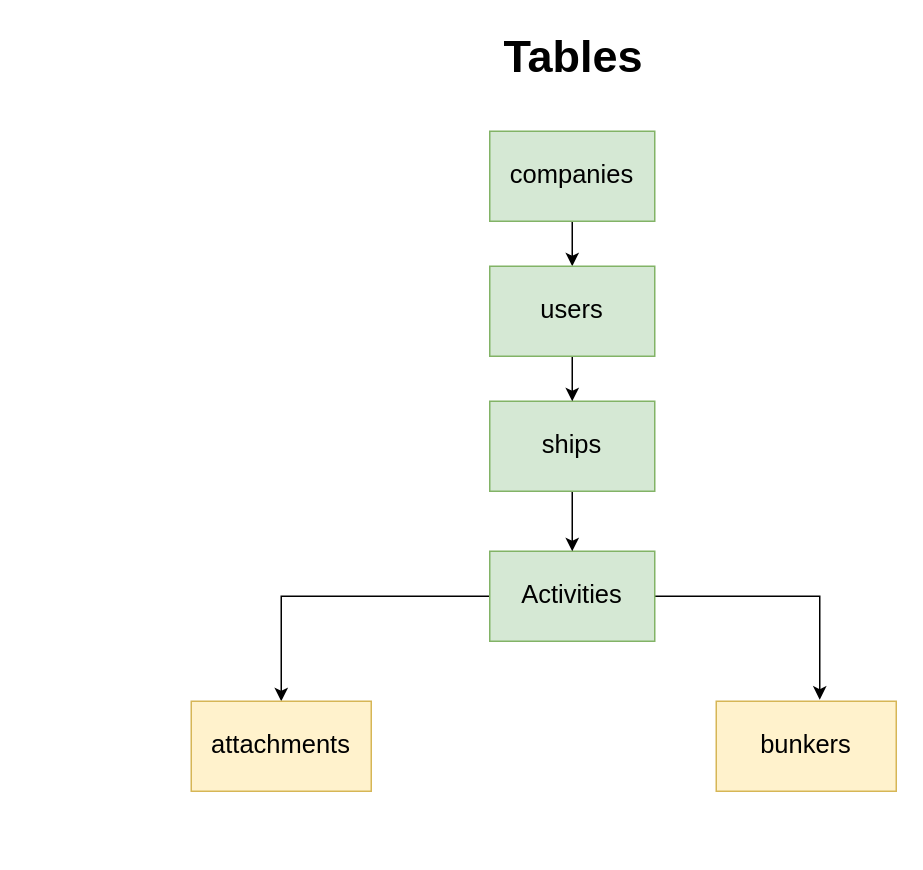
Above: page "Main Structure" (2 of 5) of mrvtool.drawio in dagistan-tuncbilek/tasarimlar (draw.io), before the change. Source tidied: cells renumbered, new cells numbered last; positions are measured from the earlier drawing's top-left corner, leaving out a move shared by most shapes. Both pictures are drawn from the tidied source at 150%, with x=0, y=0 at pixel (190, 26).
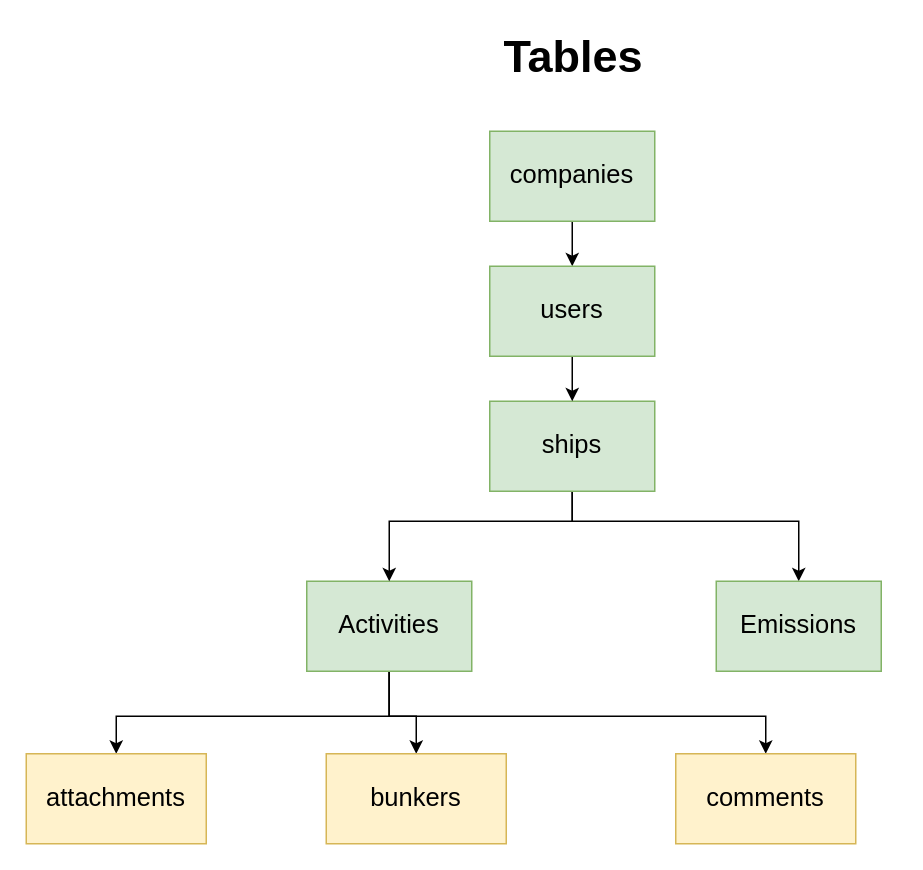
The same page after the edit.

The change refers to these unchanged cells:
```xml
<mxCell id="9" value="ships" style="rounded=0;whiteSpace=wrap;html=1;fontSize=17;fillColor=#d5e8d4;strokeColor=#82b366;" parent="1" vertex="1">
  <mxGeometry x="199" y="250" width="110" height="60" as="geometry" />
</mxCell>
```

Change to the diagram source:
```diff
@@
+    <mxCell id="3" style="edgeStyle=orthogonalEdgeStyle;rounded=0;jettySize=auto;html=1;entryX=0.5;entryY=0;entryDx=0;entryDy=0;" parent="1" edge="1" source="4" target="6">
+      <mxGeometry relative="1" as="geometry">
+        <Array as="points">
+          <mxPoint x="132" y="460" />
+          <mxPoint x="150" y="460" />
+        </Array>
+      </mxGeometry>
+    </mxCell>
     <mxCell id="2" style="edgeStyle=orthogonalEdgeStyle;rounded=0;jettySize=auto;html=1;entryX=0.5;entryY=0;entryDx=0;entryDy=0;" parent="1" edge="1" source="4" target="7">
-      <mxGeometry relative="1" as="geometry" />
+      <mxGeometry relative="1" as="geometry">
+        <Array as="points">
+          <mxPoint x="132" y="460" />
+          <mxPoint x="-50" y="460" />
+        </Array>
+      </mxGeometry>
     </mxCell>
-    <mxCell id="3" style="edgeStyle=orthogonalEdgeStyle;rounded=0;jettySize=auto;html=1;entryX=0.575;entryY=-0.017;entryDx=0;entryDy=0;entryPerimeter=0;" parent="1" edge="1" source="4" target="6">
-      <mxGeometry relative="1" as="geometry" />
-    </mxCell>
+    <mxCell id="14" style="edgeStyle=orthogonalEdgeStyle;rounded=0;jettySize=auto;html=1;" parent="1" edge="1" source="4" target="17">
+      <mxGeometry relative="1" as="geometry">
+        <Array as="points">
+          <mxPoint x="132" y="460" />
+          <mxPoint x="383" y="460" />
+        </Array>
+      </mxGeometry>
+    </mxCell>
     <mxCell id="4" value="Activities" style="rounded=0;whiteSpace=wrap;html=1;fontSize=17;fillColor=#d5e8d4;strokeColor=#82b366;" parent="1" vertex="1">
-      <mxGeometry x="199" y="350" width="110" height="60" as="geometry" />
+      <mxGeometry x="77" y="370" width="110" height="60" as="geometry" />
     </mxCell>
@@
     <mxCell id="6" value="bunkers" style="rounded=0;whiteSpace=wrap;html=1;fontSize=17;fillColor=#fff2cc;strokeColor=#d6b656;" parent="1" vertex="1">
-      <mxGeometry x="350" y="450" width="120" height="60" as="geometry" />
+      <mxGeometry x="90" y="485" width="120" height="60" as="geometry" />
     </mxCell>
     <mxCell id="7" value="attachments" style="rounded=0;whiteSpace=wrap;html=1;fontSize=17;fillColor=#fff2cc;strokeColor=#d6b656;" parent="1" vertex="1">
-      <mxGeometry y="450" width="120" height="60" as="geometry" />
+      <mxGeometry x="-110" y="485" width="120" height="60" as="geometry" />
     </mxCell>
-    <mxCell id="8" style="edgeStyle=orthogonalEdgeStyle;rounded=0;jettySize=auto;html=1;fontSize=17;" parent="1" edge="1" source="9" target="4">
+    <mxCell id="8" style="edgeStyle=orthogonalEdgeStyle;rounded=0;jettySize=auto;html=1;entryX=0.5;entryY=0;entryDx=0;entryDy=0;" parent="1" edge="1" source="9" target="4">
       <mxGeometry relative="1" as="geometry">
         <Array as="points">
-          <mxPoint x="255" y="300" />
-          <mxPoint x="255" y="300" />
+          <mxPoint x="254" y="330" />
+          <mxPoint x="132" y="330" />
         </Array>
       </mxGeometry>
     </mxCell>
+    <mxCell id="15" style="edgeStyle=orthogonalEdgeStyle;rounded=0;jettySize=auto;html=1;entryX=0.5;entryY=0;entryDx=0;entryDy=0;" parent="1" edge="1" source="9" target="16">
+      <mxGeometry relative="1" as="geometry">
+        <Array as="points">
+          <mxPoint x="254" y="330" />
+          <mxPoint x="405" y="330" />
+        </Array>
+      </mxGeometry>
+    </mxCell>
@@
+    <mxCell id="16" value="Emissions" style="rounded=0;whiteSpace=wrap;html=1;fontSize=17;fillColor=#d5e8d4;strokeColor=#82b366;" parent="1" vertex="1">
+      <mxGeometry x="350" y="370" width="110" height="60" as="geometry" />
+    </mxCell>
+    <mxCell id="17" value="comments" style="rounded=0;whiteSpace=wrap;html=1;fontSize=17;fillColor=#fff2cc;strokeColor=#d6b656;" parent="1" vertex="1">
+      <mxGeometry x="323" y="485" width="120" height="60" as="geometry" />
+    </mxCell>
```
